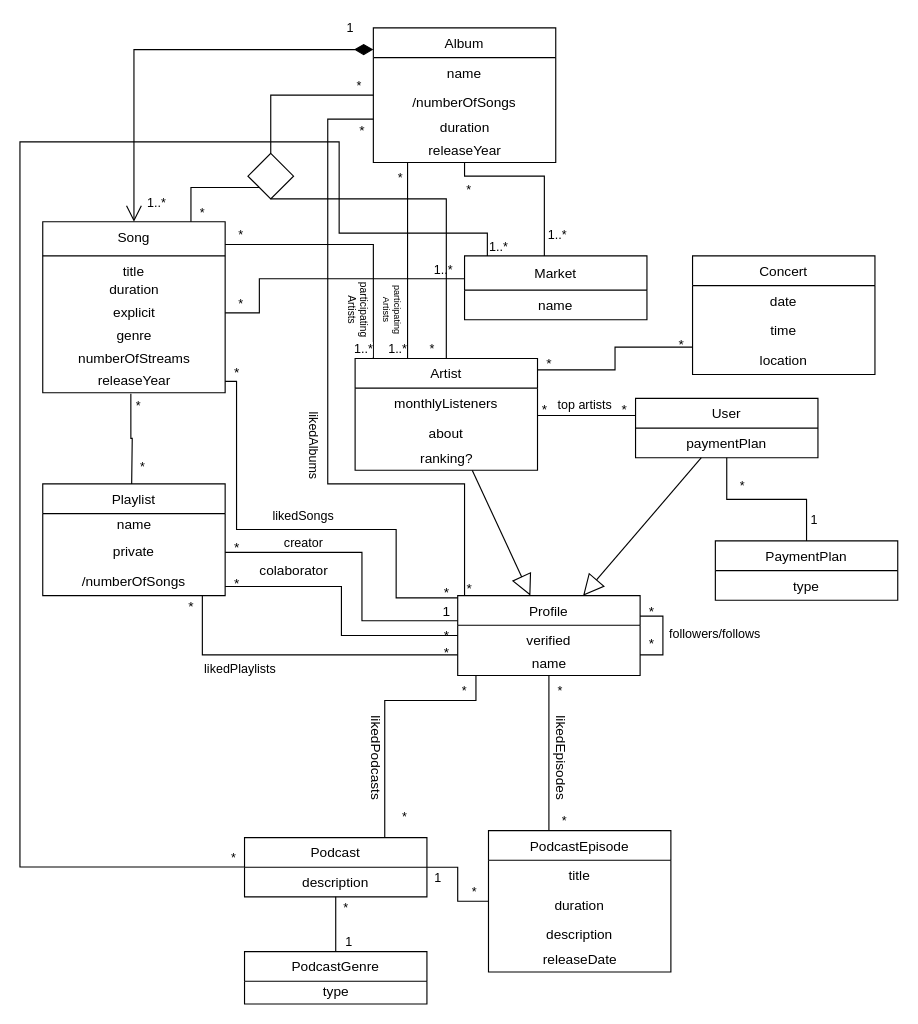
Earlier version of the draw.io diagram page "Page-1" (1 of 2) of 1-delivery/Spotify-class-diag.drawio (Naapperas/feup-bd). Source tidied: cells renumbered, new cells numbered last; positions are measured from the earlier drawing's top-left corner, leaving out a move shared by most shapes. Both pictures are drawn from the tidied source at 114%, with x=0, y=0 at pixel (19, 27).
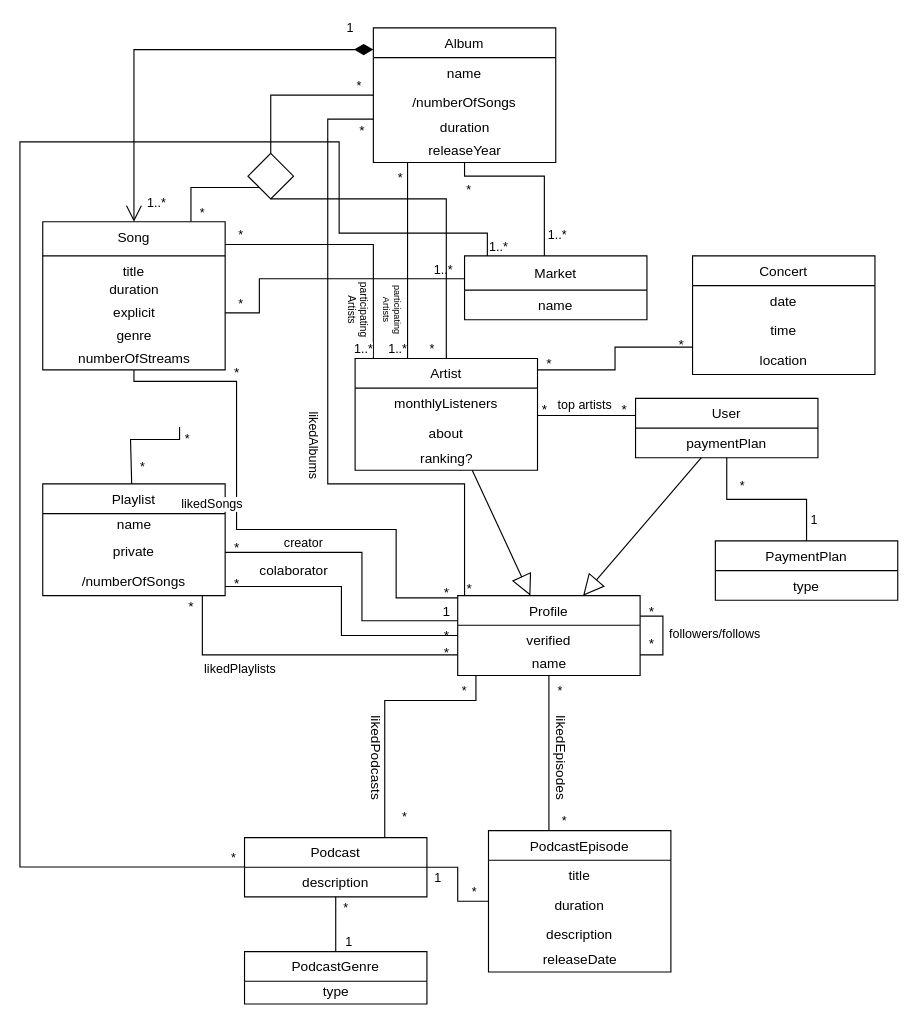
The same diagram, later.

Diff of the diagram source:
```diff
@@
     <mxCell id="2" value="Song" style="swimlane;fontStyle=0;align=center;verticalAlign=top;horizontal=1;startSize=30;rounded=0;shadow=0;strokeWidth=1;" parent="1" vertex="1">
-      <mxGeometry x="20" y="170" width="160" height="150" as="geometry" />
+      <mxGeometry x="20" y="170" width="160" height="130" as="geometry" />
     </mxCell>
@@
-    <mxCell id="8" value="releaseYear" style="text;html=1;align=center;verticalAlign=middle;points=[];strokeColor=none;fillColor=none;" parent="2" vertex="1">
-      <mxGeometry y="130" width="160" height="20" as="geometry" />
-    </mxCell>
@@
-    <mxCell id="52" style="endArrow=none;html=1;edgeStyle=orthogonalEdgeStyle;rounded=0;align=center;exitX=0.483;exitY=1.043;exitDx=0;exitDy=0;exitPerimeter=0;" parent="1" edge="1" source="8">
+    <mxCell id="52" style="endArrow=none;html=1;edgeStyle=orthogonalEdgeStyle;rounded=0;align=center;" parent="1" edge="1">
       <mxGeometry relative="1" as="geometry">
+        <mxPoint x="140" y="350" as="sourcePoint" />
         <mxPoint x="98" y="400" as="targetPoint" />
+        <Array as="points">
+          <mxPoint x="97" y="361" />
+        </Array>
       </mxGeometry>
     </mxCell>
```
